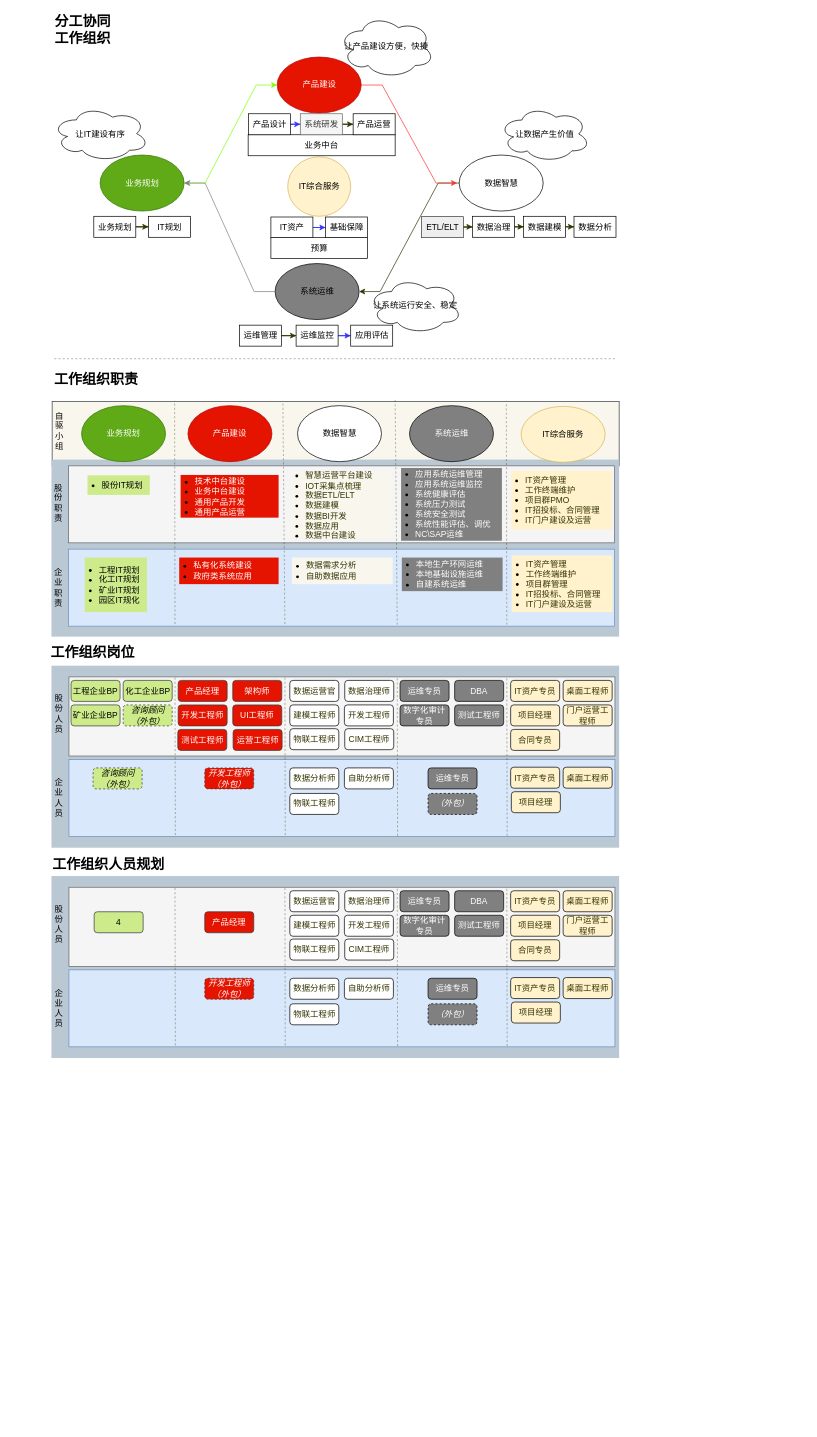
Before: page "组织规划-V2" (25 of 25) of MQ服务.drawio in chinadragonsjz/project, a draw.io diagram. Source tidied: cells renumbered, new cells numbered last; positions are measured from the earlier drawing's top-left corner, leaving out a move shared by most shapes. Both pictures are drawn from the tidied source at 70%, with x=0, y=0 at pixel (47, 15).
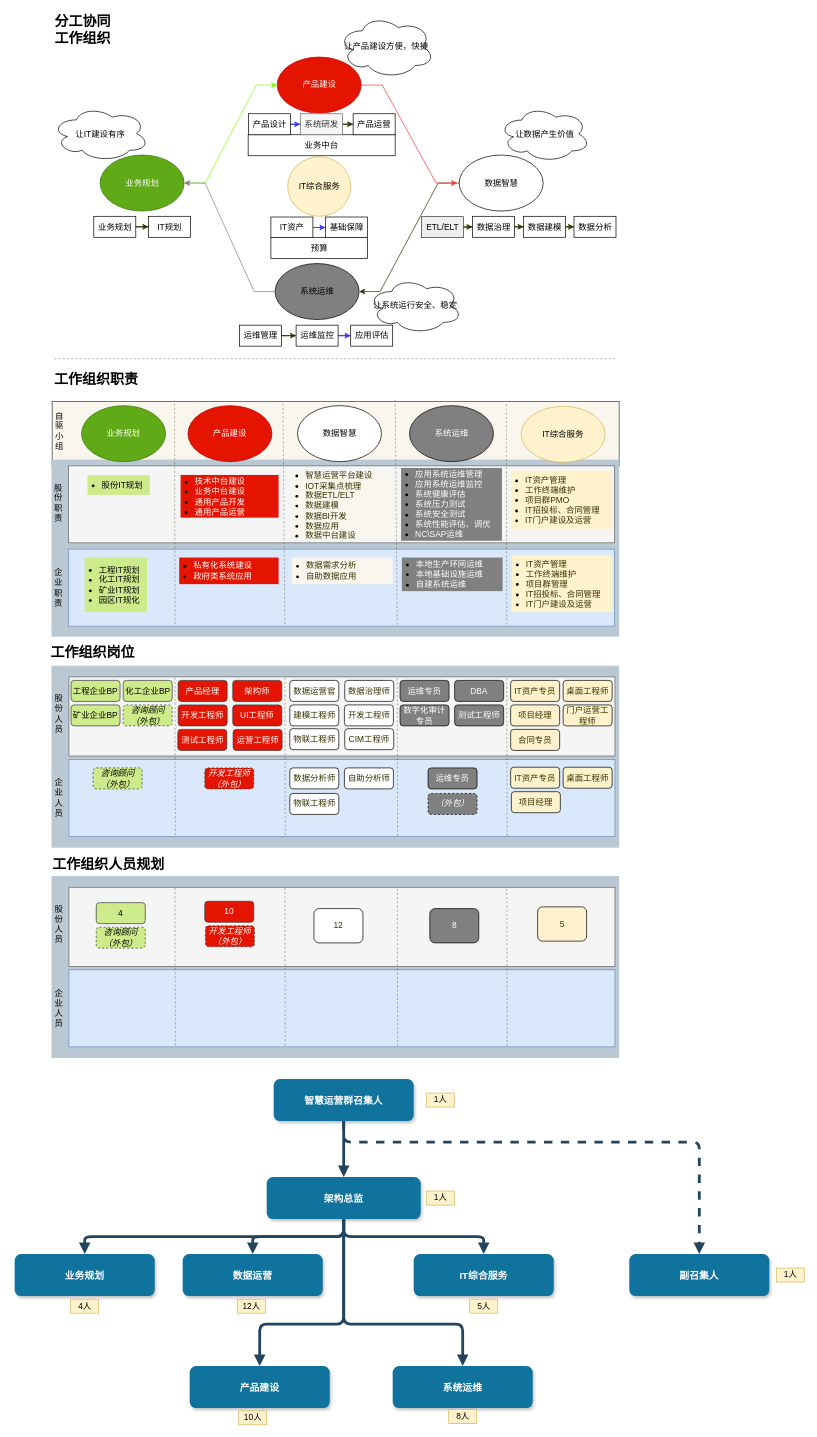
The same page after the edit.

The edit, as a diff of the source:
```diff
@@
     <mxCell id="124" value="4" style="rounded=1;whiteSpace=wrap;html=1;fillColor=#cdeb8b;strokeColor=#36393d;" parent="1" vertex="1">
-      <mxGeometry x="67" y="1281" width="70" height="30" as="geometry" />
+      <mxGeometry x="70" y="1268" width="70" height="30" as="geometry" />
     </mxCell>
-    <mxCell id="125" value="&lt;font color=&quot;#ffffff&quot;&gt;产品经理&lt;/font&gt;" style="rounded=1;whiteSpace=wrap;html=1;fillColor=#E51400;strokeColor=#36393d;" parent="1" vertex="1">
-      <mxGeometry x="225" y="1281" width="70" height="30" as="geometry" />
+    <mxCell id="125" value="&lt;font color=&quot;#ffffff&quot;&gt;10&lt;/font&gt;" style="rounded=1;whiteSpace=wrap;html=1;fillColor=#E51400;strokeColor=#36393d;" parent="1" vertex="1">
+      <mxGeometry x="225" y="1266" width="70" height="30" as="geometry" />
     </mxCell>
-    <mxCell id="126" value="&lt;font color=&quot;#333300&quot;&gt;数据分析师&lt;/font&gt;" style="rounded=1;whiteSpace=wrap;html=1;" parent="1" vertex="1">
-      <mxGeometry x="346.5" y="1376" width="70" height="30" as="geometry" />
-    </mxCell>
-    <mxCell id="127" value="&lt;font color=&quot;#333300&quot;&gt;数据运营官&lt;/font&gt;" style="rounded=1;whiteSpace=wrap;html=1;" parent="1" vertex="1">
-      <mxGeometry x="346.5" y="1251" width="70" height="30" as="geometry" />
+    <mxCell id="127" value="&lt;font color=&quot;#333300&quot;&gt;12&lt;/font&gt;" style="rounded=1;whiteSpace=wrap;html=1;" parent="1" vertex="1">
+      <mxGeometry x="381" y="1276.5" width="70" height="49" as="geometry" />
     </mxCell>
-    <mxCell id="128" value="&lt;font color=&quot;#ffffff&quot;&gt;运维专员&lt;/font&gt;" style="rounded=1;whiteSpace=wrap;html=1;fillColor=#808080;" parent="1" vertex="1">
-      <mxGeometry x="504" y="1251" width="70" height="30" as="geometry" />
+    <mxCell id="128" value="&lt;font color=&quot;#ffffff&quot;&gt;8&lt;/font&gt;" style="rounded=1;whiteSpace=wrap;html=1;fillColor=#808080;" parent="1" vertex="1">
+      <mxGeometry x="546.5" y="1276.5" width="70" height="49" as="geometry" />
     </mxCell>
-    <mxCell id="129" value="&lt;font color=&quot;#ffffff&quot;&gt;数字化审计专员&lt;/font&gt;" style="rounded=1;whiteSpace=wrap;html=1;fillColor=#808080;" parent="1" vertex="1">
-      <mxGeometry x="504" y="1286" width="70" height="30" as="geometry" />
-    </mxCell>
-    <mxCell id="130" value="&lt;font color=&quot;#ffffff&quot;&gt;测试工程师&lt;/font&gt;" style="rounded=1;whiteSpace=wrap;html=1;fillColor=#808080;" parent="1" vertex="1">
-      <mxGeometry x="582" y="1286" width="70" height="30" as="geometry" />
-    </mxCell>
-    <mxCell id="131" value="&lt;font color=&quot;#ffffff&quot;&gt;DBA&lt;/font&gt;" style="rounded=1;whiteSpace=wrap;html=1;fillColor=#808080;" parent="1" vertex="1">
-      <mxGeometry x="582" y="1251" width="70" height="30" as="geometry" />
-    </mxCell>
-    <mxCell id="132" value="&lt;font color=&quot;#333300&quot;&gt;IT资产专员&lt;/font&gt;" style="rounded=1;whiteSpace=wrap;html=1;fillColor=#FFF2CC;" parent="1" vertex="1">
-      <mxGeometry x="662" y="1251" width="70" height="30" as="geometry" />
+    <mxCell id="132" value="&lt;font color=&quot;#333300&quot;&gt;5&lt;/font&gt;" style="rounded=1;whiteSpace=wrap;html=1;fillColor=#FFF2CC;" parent="1" vertex="1">
+      <mxGeometry x="700.5" y="1274" width="70" height="49" as="geometry" />
     </mxCell>
-    <mxCell id="133" value="&lt;font color=&quot;#333300&quot;&gt;项目经理&lt;/font&gt;" style="rounded=1;whiteSpace=wrap;html=1;fillColor=#FFF2CC;" parent="1" vertex="1">
-      <mxGeometry x="662" y="1286" width="70" height="30" as="geometry" />
-    </mxCell>
-    <mxCell id="134" value="&lt;font color=&quot;#333300&quot;&gt;门户运营工程师&lt;/font&gt;" style="rounded=1;whiteSpace=wrap;html=1;fillColor=#FFF2CC;" parent="1" vertex="1">
-      <mxGeometry x="737" y="1286" width="70" height="30" as="geometry" />
-    </mxCell>
-    <mxCell id="135" value="&lt;font color=&quot;#333300&quot;&gt;桌面工程师&lt;/font&gt;" style="rounded=1;whiteSpace=wrap;html=1;fillColor=#FFF2CC;" parent="1" vertex="1">
-      <mxGeometry x="737" y="1251" width="70" height="30" as="geometry" />
-    </mxCell>
-    <mxCell id="136" value="&lt;font color=&quot;#333300&quot;&gt;建模工程师&lt;/font&gt;" style="rounded=1;whiteSpace=wrap;html=1;" parent="1" vertex="1">
-      <mxGeometry x="346.5" y="1286" width="70" height="30" as="geometry" />
-    </mxCell>
-    <mxCell id="137" value="&lt;font color=&quot;#333300&quot;&gt;开发工程师&lt;/font&gt;" style="rounded=1;whiteSpace=wrap;html=1;" parent="1" vertex="1">
-      <mxGeometry x="424.5" y="1286" width="70" height="30" as="geometry" />
-    </mxCell>
-    <mxCell id="138" value="&lt;font color=&quot;#333300&quot;&gt;自助分析师&lt;/font&gt;" style="rounded=1;whiteSpace=wrap;html=1;" parent="1" vertex="1">
-      <mxGeometry x="424.5" y="1376" width="70" height="30" as="geometry" />
-    </mxCell>
-    <mxCell id="139" value="&lt;font color=&quot;#333300&quot;&gt;数据治理师&lt;/font&gt;" style="rounded=1;whiteSpace=wrap;html=1;" parent="1" vertex="1">
-      <mxGeometry x="425" y="1251" width="70" height="30" as="geometry" />
-    </mxCell>
-    <mxCell id="140" value="&lt;font color=&quot;#333300&quot;&gt;合同专员&lt;/font&gt;" style="rounded=1;whiteSpace=wrap;html=1;fillColor=#FFF2CC;" parent="1" vertex="1">
-      <mxGeometry x="662" y="1321" width="70" height="30" as="geometry" />
-    </mxCell>
-    <mxCell id="141" value="&lt;font color=&quot;#333300&quot;&gt;物联工程师&lt;/font&gt;" style="rounded=1;whiteSpace=wrap;html=1;" parent="1" vertex="1">
-      <mxGeometry x="346.5" y="1320" width="70" height="30" as="geometry" />
-    </mxCell>
-    <mxCell id="142" value="&lt;font color=&quot;#333300&quot;&gt;CIM工程师&lt;/font&gt;" style="rounded=1;whiteSpace=wrap;html=1;" parent="1" vertex="1">
-      <mxGeometry x="425" y="1320" width="70" height="30" as="geometry" />
-    </mxCell>
-    <mxCell id="143" value="&lt;font color=&quot;#ffffff&quot;&gt;运维专员&lt;/font&gt;" style="rounded=1;whiteSpace=wrap;html=1;fillColor=#808080;" parent="1" vertex="1">
-      <mxGeometry x="544" y="1376" width="70" height="30" as="geometry" />
-    </mxCell>
-    <mxCell id="144" value="&lt;font color=&quot;#333300&quot;&gt;IT资产专员&lt;/font&gt;" style="rounded=1;whiteSpace=wrap;html=1;fillColor=#FFF2CC;" parent="1" vertex="1">
-      <mxGeometry x="662" y="1375" width="70" height="30" as="geometry" />
-    </mxCell>
-    <mxCell id="145" value="&lt;font color=&quot;#333300&quot;&gt;桌面工程师&lt;/font&gt;" style="rounded=1;whiteSpace=wrap;html=1;fillColor=#FFF2CC;" parent="1" vertex="1">
-      <mxGeometry x="737" y="1375" width="70" height="30" as="geometry" />
-    </mxCell>
-    <mxCell id="146" value="&lt;font color=&quot;#ffffff&quot;&gt;（外包）&lt;/font&gt;" style="rounded=1;whiteSpace=wrap;html=1;fillColor=#808080;dashed=1;fontStyle=2;" parent="1" vertex="1">
-      <mxGeometry x="544" y="1412.5" width="70" height="30" as="geometry" />
-    </mxCell>
     <mxCell id="147" value="&lt;font color=&quot;#ffffff&quot;&gt;开发工程师（外包）&lt;/font&gt;" style="rounded=1;whiteSpace=wrap;html=1;fillColor=#E51400;strokeColor=#36393d;dashed=1;fontStyle=2;" parent="1" vertex="1">
-      <mxGeometry x="225" y="1376" width="70" height="30" as="geometry" />
+      <mxGeometry x="226" y="1301" width="70" height="30" as="geometry" />
     </mxCell>
-    <mxCell id="148" value="&lt;font color=&quot;#333300&quot;&gt;项目经理&lt;/font&gt;" style="rounded=1;whiteSpace=wrap;html=1;fillColor=#FFF2CC;" parent="1" vertex="1">
-      <mxGeometry x="663" y="1410" width="70" height="30" as="geometry" />
-    </mxCell>
-    <mxCell id="149" value="&lt;font color=&quot;#333300&quot;&gt;物联工程师&lt;/font&gt;" style="rounded=1;whiteSpace=wrap;html=1;" parent="1" vertex="1">
-      <mxGeometry x="346.5" y="1412.5" width="70" height="30" as="geometry" />
-    </mxCell>
+    <mxCell id="150" value="咨询顾问（外包）" style="rounded=1;whiteSpace=wrap;html=1;fillColor=#cdeb8b;strokeColor=#36393d;dashed=1;fontStyle=2;" parent="1" vertex="1">
+      <mxGeometry x="70" y="1303" width="70" height="30" as="geometry" />
+    </mxCell>
+    <mxCell id="151" value="智慧运营群召集人" style="rounded=1;fillColor=#10739E;strokeColor=none;shadow=1;gradientColor=none;fontStyle=1;fontColor=#FFFFFF;fontSize=14;" parent="1" vertex="1">
+      <mxGeometry x="323.5" y="1520" width="200" height="60" as="geometry" />
+    </mxCell>
+    <mxCell id="152" value="架构总监" style="rounded=1;fillColor=#10739E;strokeColor=none;shadow=1;gradientColor=none;fontStyle=1;fontColor=#FFFFFF;fontSize=14;" parent="1" vertex="1">
+      <mxGeometry x="313.5" y="1660" width="220" height="60" as="geometry" />
+    </mxCell>
+    <mxCell id="153" value="业务规划" style="rounded=1;fillColor=#10739E;strokeColor=none;shadow=1;gradientColor=none;fontStyle=1;fontColor=#FFFFFF;fontSize=14;" parent="1" vertex="1">
+      <mxGeometry x="-46.5" y="1770" width="200" height="60" as="geometry" />
+    </mxCell>
+    <mxCell id="154" value="数据运营" style="rounded=1;fillColor=#10739E;strokeColor=none;shadow=1;gradientColor=none;fontStyle=1;fontColor=#FFFFFF;fontSize=14;" parent="1" vertex="1">
+      <mxGeometry x="193.5" y="1770" width="200" height="60" as="geometry" />
+    </mxCell>
+    <mxCell id="155" value="IT综合服务" style="rounded=1;fillColor=#10739E;strokeColor=none;shadow=1;gradientColor=none;fontStyle=1;fontColor=#FFFFFF;fontSize=14;" parent="1" vertex="1">
+      <mxGeometry x="523.5" y="1770" width="200" height="60" as="geometry" />
+    </mxCell>
+    <mxCell id="156" value="副召集人" style="rounded=1;fillColor=#10739E;strokeColor=none;shadow=1;gradientColor=none;fontStyle=1;fontColor=#FFFFFF;fontSize=14;" parent="1" vertex="1">
+      <mxGeometry x="831.5" y="1770" width="200" height="60" as="geometry" />
+    </mxCell>
+    <mxCell id="157" value="产品建设" style="rounded=1;fillColor=#10739E;strokeColor=none;shadow=1;gradientColor=none;fontStyle=1;fontColor=#FFFFFF;fontSize=14;" parent="1" vertex="1">
+      <mxGeometry x="203.5" y="1930" width="200" height="60" as="geometry" />
+    </mxCell>
+    <mxCell id="158" value="系统运维" style="rounded=1;fillColor=#10739E;strokeColor=none;shadow=1;gradientColor=none;fontStyle=1;fontColor=#FFFFFF;fontSize=14;" parent="1" vertex="1">
+      <mxGeometry x="493.5" y="1930" width="200" height="60" as="geometry" />
+    </mxCell>
+    <mxCell id="159" style="edgeStyle=elbowEdgeStyle;elbow=vertical;strokeWidth=4;endArrow=block;endFill=1;fontStyle=1;strokeColor=#23445D;" parent="1" edge="1" source="151" target="152">
+      <mxGeometry x="-323.5" y="1510" as="geometry" />
+    </mxCell>
+    <mxCell id="160" style="edgeStyle=elbowEdgeStyle;elbow=vertical;strokeWidth=4;endArrow=block;endFill=1;fontStyle=1;strokeColor=#23445D;" parent="1" edge="1" source="152" target="154">
+      <mxGeometry x="-323.5" y="1510" as="geometry" />
+    </mxCell>
+    <mxCell id="161" style="edgeStyle=elbowEdgeStyle;elbow=vertical;strokeWidth=4;endArrow=block;endFill=1;fontStyle=1;strokeColor=#23445D;" parent="1" edge="1" source="152" target="153">
+      <mxGeometry x="-323.5" y="1510" as="geometry" />
+    </mxCell>
+    <mxCell id="162" style="edgeStyle=elbowEdgeStyle;elbow=vertical;strokeWidth=4;endArrow=block;endFill=1;fontStyle=1;strokeColor=#23445D;" parent="1" edge="1" source="152" target="155">
+      <mxGeometry x="-323.5" y="1510" as="geometry" />
+    </mxCell>
+    <mxCell id="163" style="edgeStyle=elbowEdgeStyle;elbow=vertical;strokeWidth=4;endArrow=block;endFill=1;fontStyle=1;dashed=1;strokeColor=#23445D;" parent="1" edge="1" source="151" target="156">
+      <mxGeometry x="-323.5" y="1510" as="geometry">
+        <Array as="points">
+          <mxPoint x="713.5" y="1610" />
+        </Array>
+      </mxGeometry>
+    </mxCell>
+    <mxCell id="164" style="edgeStyle=elbowEdgeStyle;elbow=vertical;strokeWidth=4;endArrow=block;endFill=1;fontStyle=1;strokeColor=#23445D;" parent="1" edge="1" source="152" target="157">
+      <mxGeometry x="-323.5" y="1510" as="geometry">
+        <Array as="points">
+          <mxPoint x="303.5" y="1870" />
+        </Array>
+      </mxGeometry>
+    </mxCell>
+    <mxCell id="165" style="edgeStyle=elbowEdgeStyle;elbow=vertical;strokeWidth=4;endArrow=block;endFill=1;fontStyle=1;strokeColor=#23445D;" parent="1" edge="1" source="152" target="158">
+      <mxGeometry x="-323.5" y="1510" as="geometry">
+        <Array as="points">
+          <mxPoint x="593.5" y="1870" />
+        </Array>
+      </mxGeometry>
+    </mxCell>
+    <mxCell id="166" value="1人" style="text;html=1;strokeColor=#d6b656;fillColor=#fff2cc;align=center;verticalAlign=middle;whiteSpace=wrap;rounded=0;" parent="1" vertex="1">
+      <mxGeometry x="541.5" y="1540" width="40" height="20" as="geometry" />
+    </mxCell>
+    <mxCell id="167" value="1人" style="text;html=1;strokeColor=#d6b656;fillColor=#fff2cc;align=center;verticalAlign=middle;whiteSpace=wrap;rounded=0;" parent="1" vertex="1">
+      <mxGeometry x="1041.5" y="1790" width="40" height="20" as="geometry" />
+    </mxCell>
+    <mxCell id="168" value="1人" style="text;html=1;strokeColor=#d6b656;fillColor=#fff2cc;align=center;verticalAlign=middle;whiteSpace=wrap;rounded=0;" parent="1" vertex="1">
+      <mxGeometry x="541.5" y="1680" width="40" height="20" as="geometry" />
+    </mxCell>
+    <mxCell id="169" value="8人" style="text;html=1;strokeColor=#d6b656;fillColor=#fff2cc;align=center;verticalAlign=middle;whiteSpace=wrap;rounded=0;" parent="1" vertex="1">
+      <mxGeometry x="573.5" y="1992" width="40" height="20" as="geometry" />
+    </mxCell>
+    <mxCell id="170" value="12人" style="text;html=1;strokeColor=#d6b656;fillColor=#fff2cc;align=center;verticalAlign=middle;whiteSpace=wrap;rounded=0;" parent="1" vertex="1">
+      <mxGeometry x="271.5" y="1834.5" width="40" height="20" as="geometry" />
+    </mxCell>
+    <mxCell id="171" value="4人" style="text;html=1;strokeColor=#d6b656;fillColor=#fff2cc;align=center;verticalAlign=middle;whiteSpace=wrap;rounded=0;" parent="1" vertex="1">
+      <mxGeometry x="33.5" y="1834.5" width="40" height="20" as="geometry" />
+    </mxCell>
+    <mxCell id="172" value="5人" style="text;html=1;strokeColor=#d6b656;fillColor=#fff2cc;align=center;verticalAlign=middle;whiteSpace=wrap;rounded=0;" parent="1" vertex="1">
+      <mxGeometry x="603.5" y="1834.5" width="40" height="20" as="geometry" />
+    </mxCell>
+    <mxCell id="173" value="10人" style="text;html=1;strokeColor=#d6b656;fillColor=#fff2cc;align=center;verticalAlign=middle;whiteSpace=wrap;rounded=0;" parent="1" vertex="1">
+      <mxGeometry x="273.5" y="1994" width="40" height="20" as="geometry" />
+    </mxCell>
```
